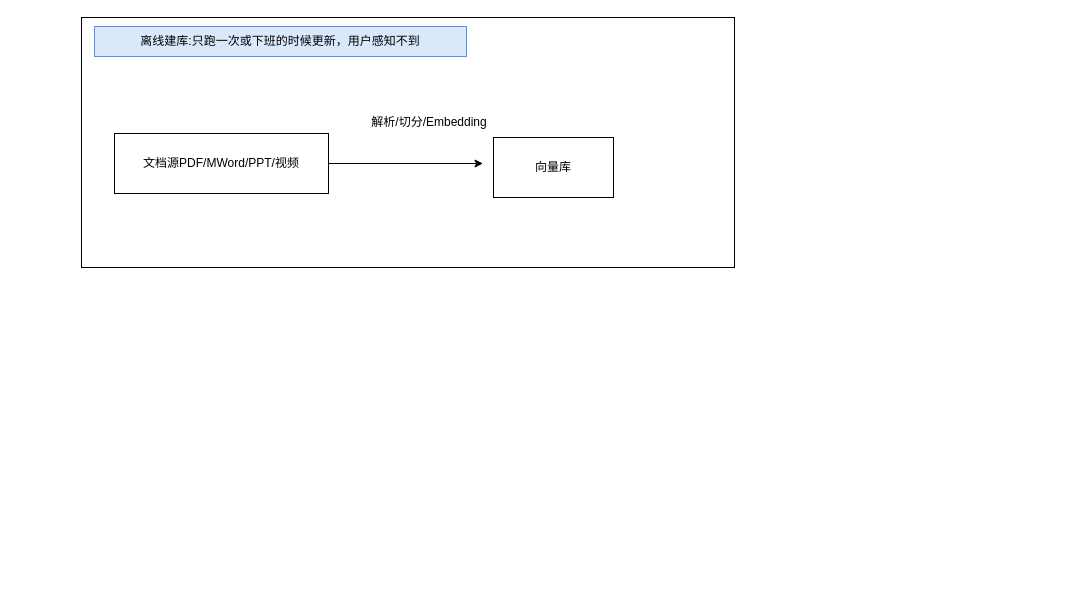
Before: Chinese-teacher-RAG.drawio in guxiaoshu/Chinese-teacher-RAG, a draw.io diagram. Source tidied: cells renumbered, new cells numbered last; positions are measured from the earlier drawing's top-left corner, leaving out a move shared by most shapes. Both pictures are drawn from the tidied source at 100%, with x=0, y=0 at pixel (81, 17).
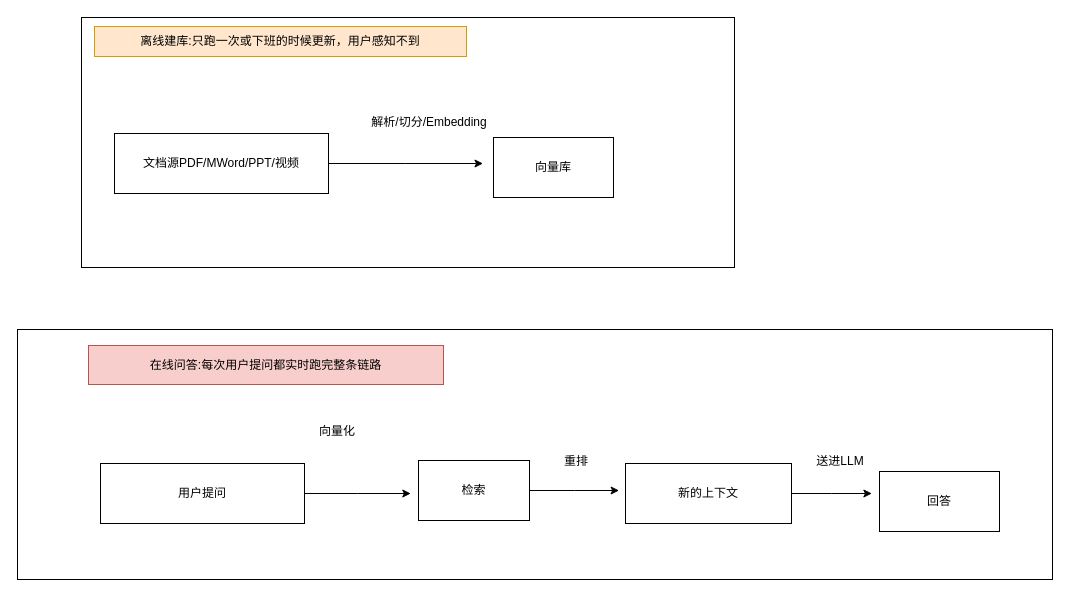
After the change.

What changed in the source:
```diff
@@
-    <mxCell id="7" value="离线建库:只跑一次或下班的时候更新，用户感知不到" style="text;html=1;whiteSpace=wrap;strokeColor=#6c8ebf;fillColor=#dae8fc;align=center;verticalAlign=middle;rounded=0;" parent="1" vertex="1">
+    <mxCell id="7" value="离线建库:只跑一次或下班的时候更新，用户感知不到" style="text;html=1;whiteSpace=wrap;strokeColor=#d79b00;fillColor=#ffe6cc;align=center;verticalAlign=middle;rounded=0;" parent="1" vertex="1">
       <mxGeometry x="13" y="9" width="372" height="30" as="geometry" />
     </mxCell>
+    <mxCell id="8" value="&lt;span style=&quot;font-size: 12px;&quot;&gt;在线问答:每次用户提问都实时跑完整条链路&lt;/span&gt;" style="rounded=0;whiteSpace=wrap;html=1;fillColor=#f8cecc;strokeColor=#b85450;" parent="1" vertex="1">
+      <mxGeometry x="7" y="328" width="355" height="39" as="geometry" />
+    </mxCell>
+    <mxCell id="9" style="edgeStyle=orthogonalEdgeStyle;rounded=0;jettySize=auto;html=1;defaultLabelBackgroundColor=page;labelPadding=0 4;" parent="1" edge="1" source="10">
+      <mxGeometry relative="1" as="geometry">
+        <mxPoint x="329.3" y="476" as="targetPoint" />
+      </mxGeometry>
+    </mxCell>
+    <mxCell id="10" value="用户提问" style="whiteSpace=wrap;html=1;" parent="1" vertex="1">
+      <mxGeometry x="19" y="446" width="204" height="60" as="geometry" />
+    </mxCell>
+    <mxCell id="11" value="向量化" style="text;html=1;whiteSpace=wrap;strokeColor=none;fillColor=none;align=center;verticalAlign=middle;rounded=0;" parent="1" vertex="1">
+      <mxGeometry x="226" y="399" width="60" height="30" as="geometry" />
+    </mxCell>
+    <mxCell id="12" style="edgeStyle=orthogonalEdgeStyle;rounded=0;jettySize=auto;html=1;defaultLabelBackgroundColor=page;labelPadding=0 4;" parent="1" edge="1" source="13">
+      <mxGeometry relative="1" as="geometry">
+        <mxPoint x="537.6" y="473" as="targetPoint" />
+      </mxGeometry>
+    </mxCell>
+    <mxCell id="13" value="检索" style="whiteSpace=wrap;html=1;" parent="1" vertex="1">
+      <mxGeometry x="337" y="443" width="111" height="60" as="geometry" />
+    </mxCell>
+    <mxCell id="14" style="rounded=0;whiteSpace=wrap;html=1;fillColor=none;" parent="1" vertex="1">
+      <mxGeometry x="-64" y="312" width="1035" height="250" as="geometry" />
+    </mxCell>
+    <mxCell id="15" value="重排" style="text;html=1;whiteSpace=wrap;strokeColor=none;fillColor=none;align=center;verticalAlign=middle;rounded=0;" parent="1" vertex="1">
+      <mxGeometry x="465" y="429" width="60" height="30" as="geometry" />
+    </mxCell>
+    <mxCell id="16" style="edgeStyle=orthogonalEdgeStyle;rounded=0;jettySize=auto;html=1;defaultLabelBackgroundColor=page;labelPadding=0 4;" parent="1" edge="1" source="17">
+      <mxGeometry relative="1" as="geometry">
+        <mxPoint x="790.4" y="476" as="targetPoint" />
+      </mxGeometry>
+    </mxCell>
+    <mxCell id="17" value="新的上下文" style="whiteSpace=wrap;html=1;" parent="1" vertex="1">
+      <mxGeometry x="544" y="446" width="166" height="60" as="geometry" />
+    </mxCell>
+    <mxCell id="18" value="送进LLM" style="text;html=1;whiteSpace=wrap;strokeColor=none;fillColor=none;align=center;verticalAlign=middle;rounded=0;" parent="1" vertex="1">
+      <mxGeometry x="729" y="429" width="60" height="30" as="geometry" />
+    </mxCell>
+    <mxCell id="19" value="回答" style="whiteSpace=wrap;html=1;" parent="1" vertex="1">
+      <mxGeometry x="798" y="454" width="120" height="60" as="geometry" />
+    </mxCell>
```
